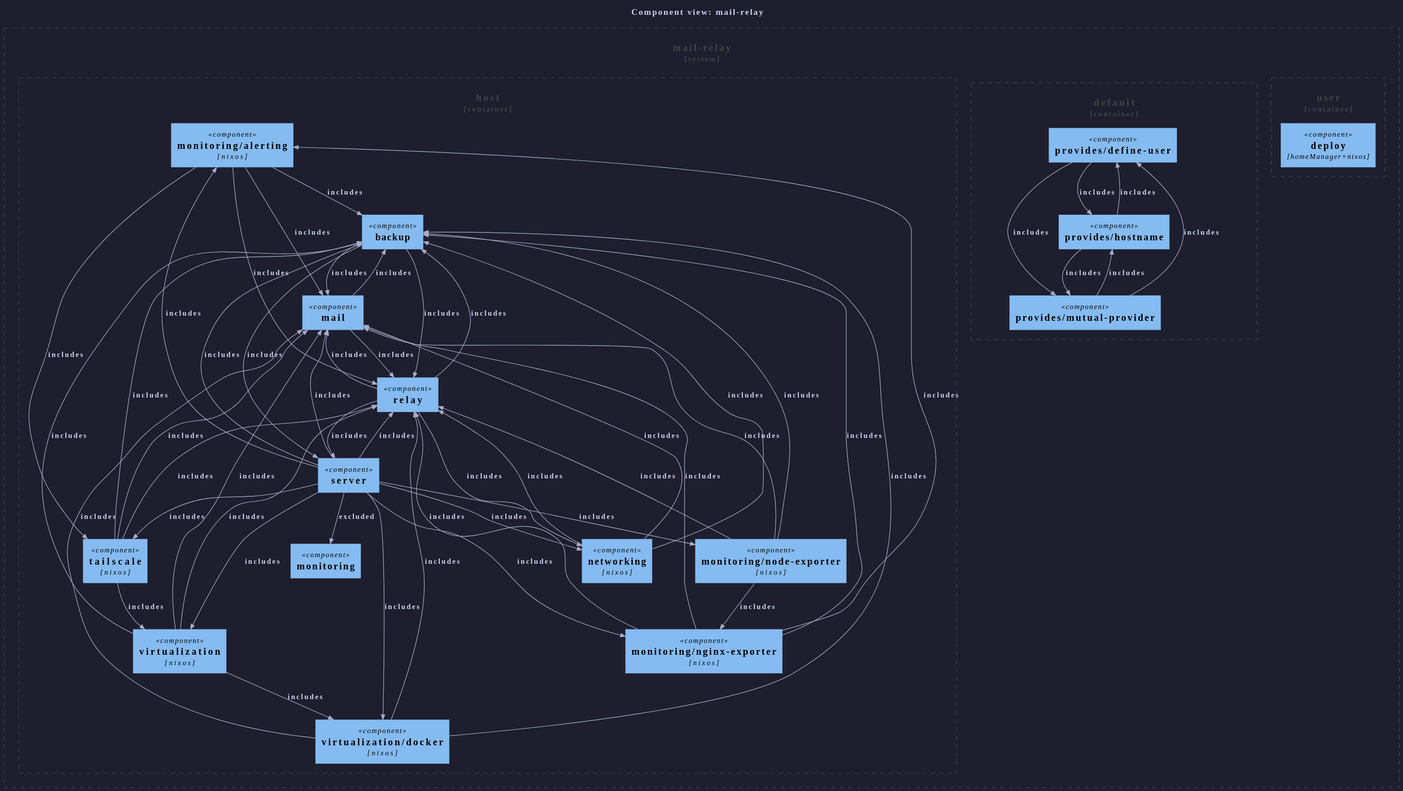
Earlier version of the PlantUML export templates/diag-fx-demo/diagrams/mail-relay-c4component.puml.svg (sini/den).
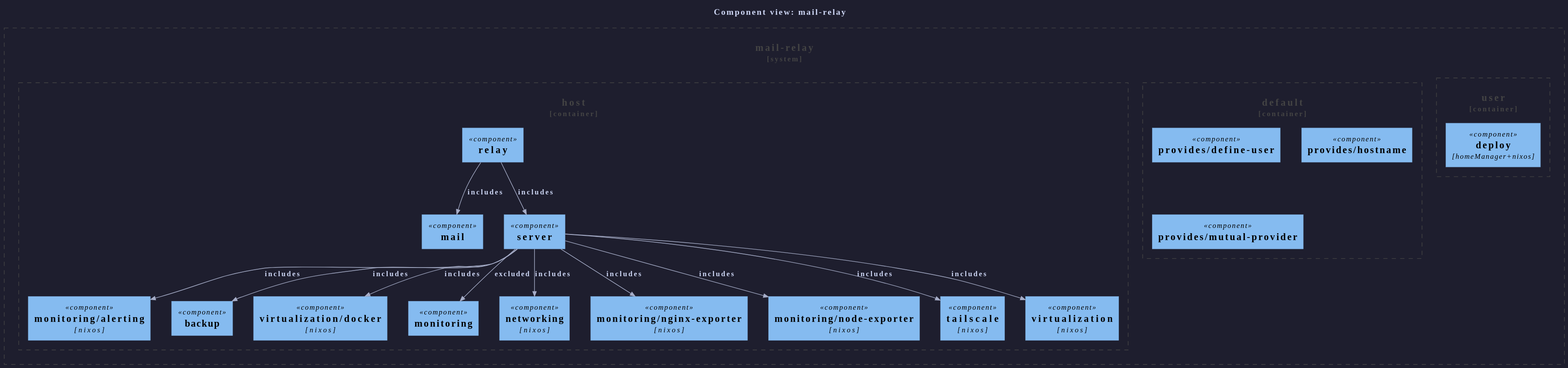
The same diagram one commit later.

The edit, as a diff of the source:
```diff
@@ -52,49 +52,10 @@
 }
 }
 
-Rel(backup, mail, "includes")
-Rel(backup, relay, "includes")
-Rel(backup, server, "includes")
-Rel(den__provides__mutual_provider, den__provides__define_user, "includes")
-Rel(den__provides__mutual_provider, den__provides__hostname, "includes")
-Rel(den__provides__hostname, den__provides__define_user, "includes")
-Rel(den__provides__define_user, den__provides__hostname, "includes")
-Rel(den__provides__define_user, den__provides__mutual_provider, "includes")
-Rel(den__provides__hostname, den__provides__mutual_provider, "includes")
-Rel(mail, backup, "includes")
-Rel(monitoring__alerting, backup, "includes")
-Rel(monitoring__nginx_exporter, backup, "includes")
-Rel(monitoring__node_exporter, backup, "includes")
-Rel(networking, backup, "includes")
-Rel(relay, backup, "includes")
-Rel(server, backup, "includes")
-Rel(tailscale, backup, "includes")
-Rel(virtualization, backup, "includes")
-Rel(virtualization__docker, backup, "includes")
-Rel(monitoring__alerting, mail, "includes")
-Rel(monitoring__nginx_exporter, mail, "includes")
-Rel(monitoring__node_exporter, mail, "includes")
-Rel(networking, mail, "includes")
 Rel(relay, mail, "includes")
-Rel(server, mail, "includes")
-Rel(tailscale, mail, "includes")
-Rel(virtualization, mail, "includes")
-Rel(virtualization__docker, mail, "includes")
-Rel(mail, relay, "includes")
-Rel(monitoring__alerting, relay, "includes")
-Rel(monitoring__nginx_exporter, relay, "includes")
-Rel(monitoring__node_exporter, relay, "includes")
-Rel(networking, relay, "includes")
-Rel(server, relay, "includes")
-Rel(tailscale, relay, "includes")
-Rel(virtualization, relay, "includes")
-Rel(virtualization__docker, relay, "includes")
-Rel(monitoring__alerting, tailscale, "includes")
-Rel(monitoring__nginx_exporter, monitoring__alerting, "includes")
-Rel(monitoring__node_exporter, monitoring__nginx_exporter, "includes")
-Rel(relay, networking, "includes")
 Rel(relay, server, "includes")
 Rel(server, monitoring__alerting, "includes")
+Rel(server, backup, "includes")
 Rel(server, virtualization__docker, "includes")
 Rel(server, monitoring, "excluded")
 Rel(server, networking, "includes")
@@ -102,6 +63,4 @@
 Rel(server, monitoring__node_exporter, "includes")
 Rel(server, tailscale, "includes")
 Rel(server, virtualization, "includes")
-Rel(tailscale, virtualization, "includes")
-Rel(virtualization, virtualization__docker, "includes")
 @enduml
```
